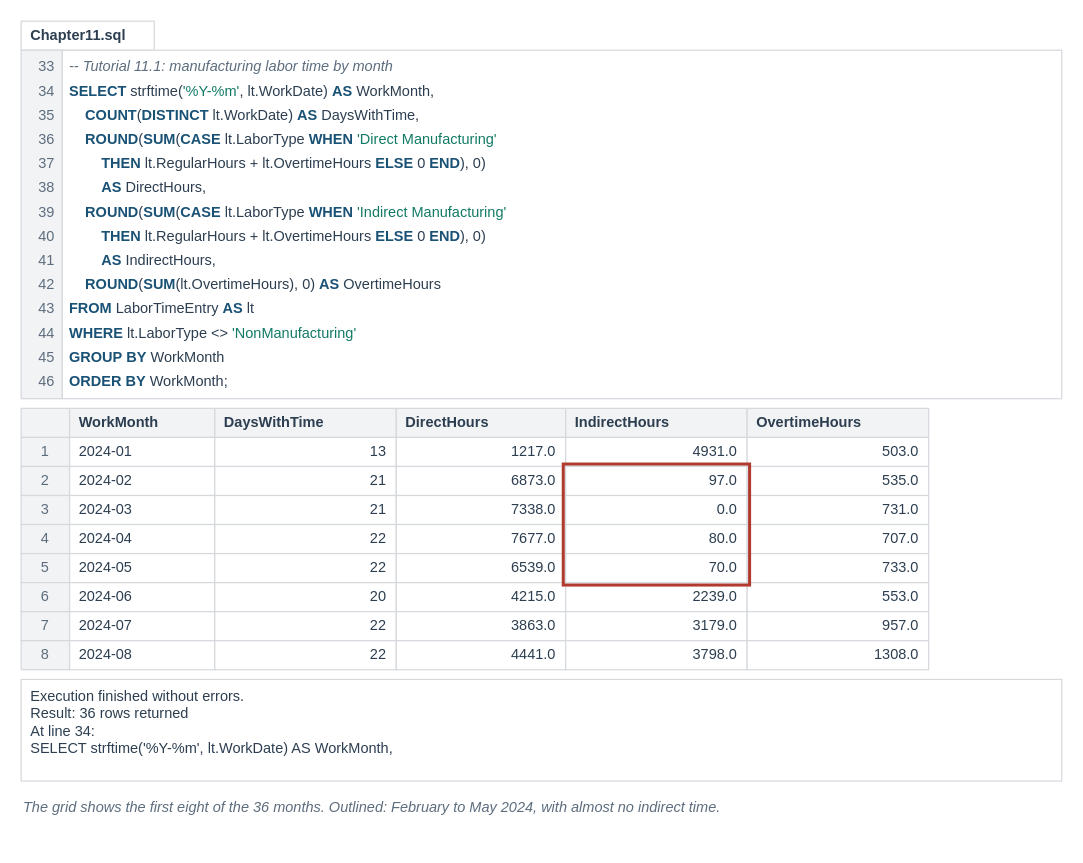
Earlier version of the draw.io diagram visuals/src/fig-11-02-early-months.drawio (mmcodesso/Accounting_Analytics_Book). Source tidied: cells renumbered, new cells numbered last; positions are measured from the earlier drawing's top-left corner, leaving out a move shared by most shapes. Both pictures are drawn from the tidied source at 121%, with x=0, y=0 at pixel (21, 21).
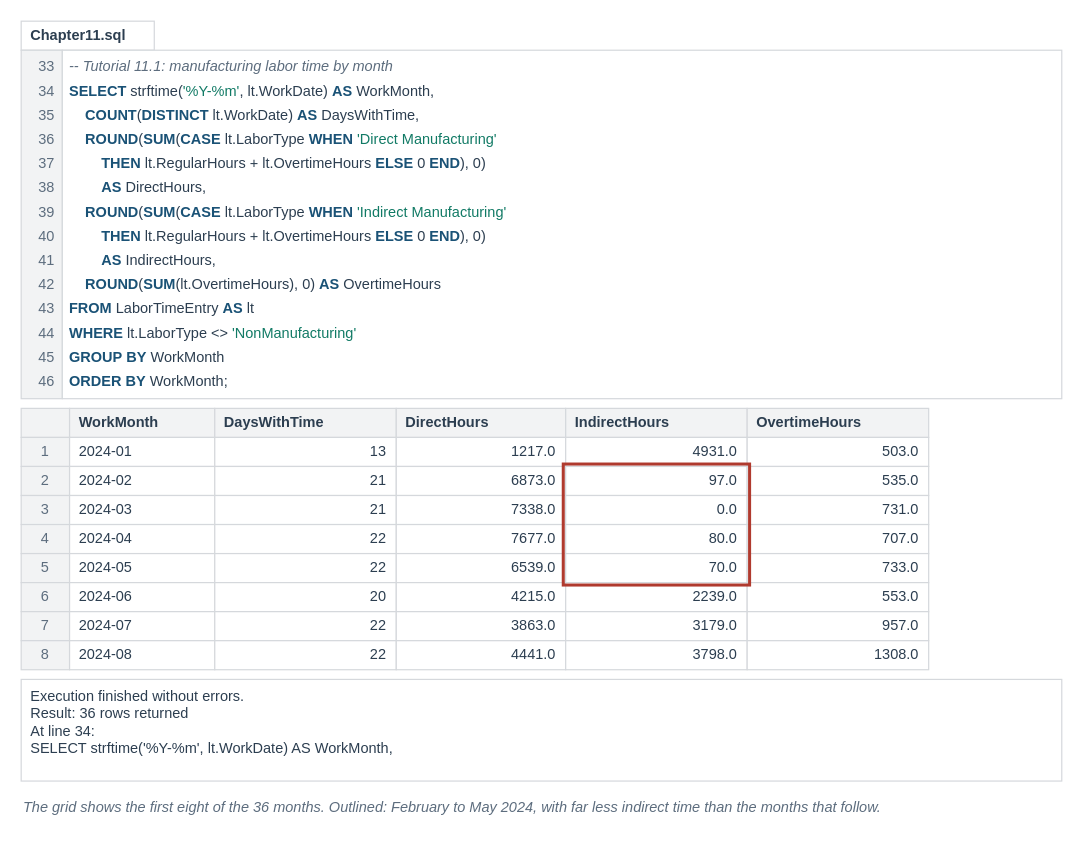
After the change.

What changed in the source:
```diff
@@
-    <mxCell id="89" value="&lt;i&gt;The grid shows the first eight of the 36 months. Outlined: February to May 2024, with almost no indirect time.&lt;/i&gt;" style="text;html=1;whiteSpace=wrap;align=left;verticalAlign=top;fontSize=12;fontColor=#5D6D7E;fontStyle=0;fontFamily=Helvetica;spacing=2;fillColor=none;strokeColor=none;" parent="1" vertex="1">
+    <mxCell id="89" value="&lt;i&gt;The grid shows the first eight of the 36 months. Outlined: February to May 2024, with far less indirect time than the months that follow.&lt;/i&gt;" style="text;html=1;whiteSpace=wrap;align=left;verticalAlign=top;fontSize=12;fontColor=#5D6D7E;fontStyle=0;fontFamily=Helvetica;spacing=2;fillColor=none;strokeColor=none;" parent="1" vertex="1">
       <mxGeometry y="636" width="860" height="40" as="geometry" />
     </mxCell>
```
